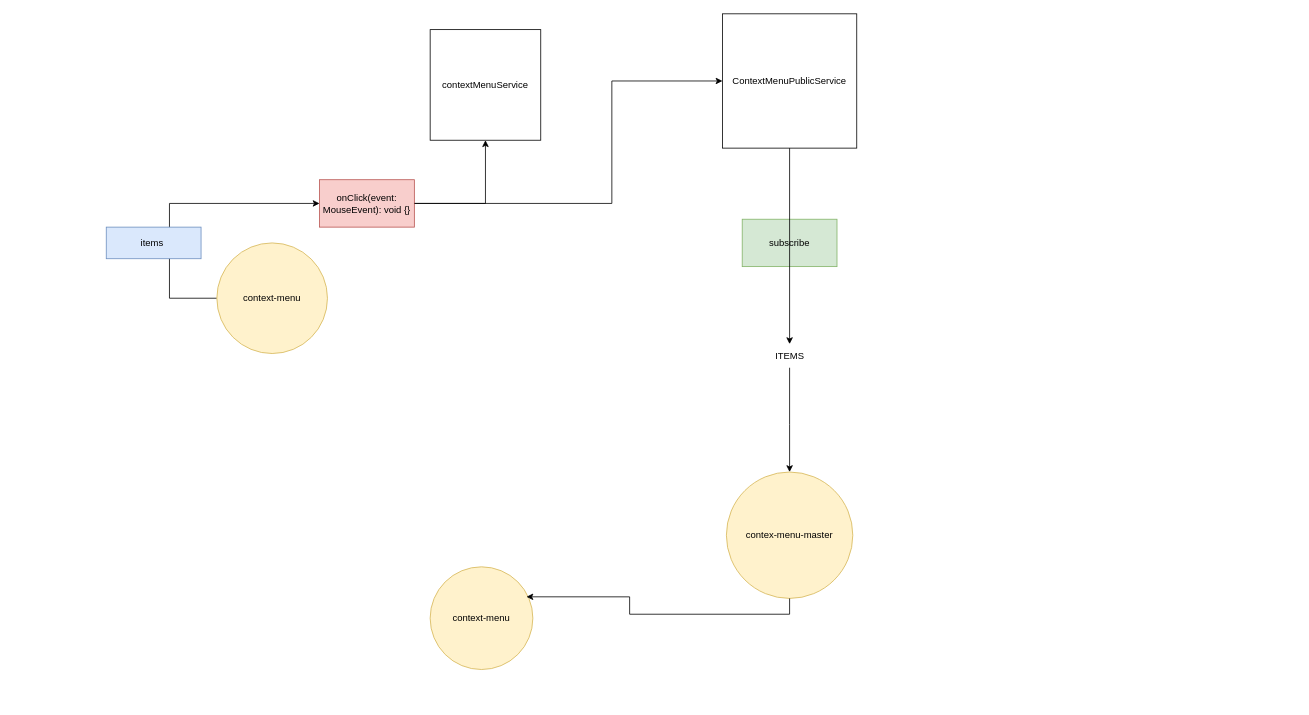
The draw.io diagram 1.drawio in konstantin13-hi/graphics, before the edit. Source tidied: cells renumbered, new cells numbered last; positions are measured from the earlier drawing's top-left corner, leaving out a move shared by most shapes. Both pictures are drawn from the tidied source at 79%, with x=0, y=0 at pixel (106, 13).
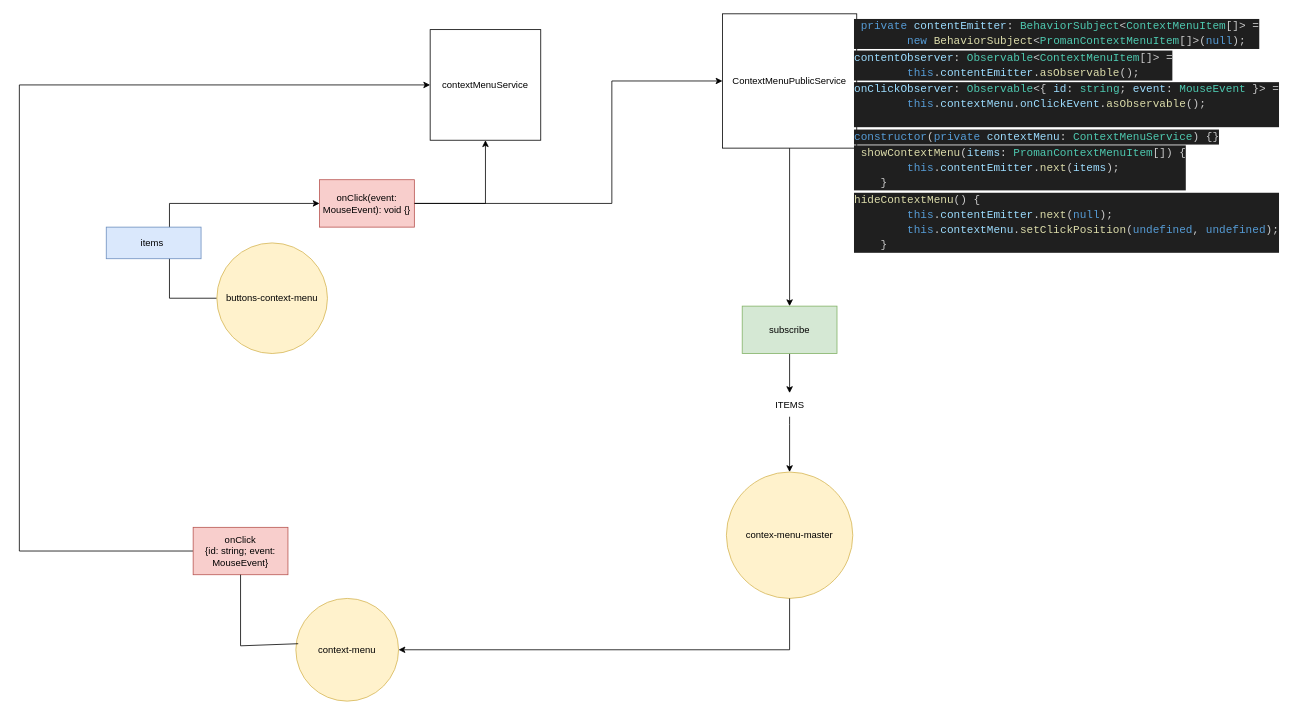
The same diagram, later.

Unchanged cells that the change refers to:
```xml
<mxCell id="2" value="contextMenuService" style="whiteSpace=wrap;html=1;" parent="1" vertex="1">
  <mxGeometry x="410" y="20" width="140" height="140" as="geometry" />
</mxCell>
<mxCell id="4" value="ContextMenuPublicService" style="whiteSpace=wrap;html=1;" parent="1" vertex="1">
  <mxGeometry x="780" width="170" height="170" as="geometry" />
</mxCell>
<mxCell id="5" value="contex-menu-master" style="ellipse;whiteSpace=wrap;html=1;fillColor=#fff2cc;strokeColor=#d6b656;" parent="1" vertex="1">
  <mxGeometry x="785" y="580" width="160" height="160" as="geometry" />
</mxCell>
```

Change to the diagram source:
```diff
@@
+    <mxCell id="17" style="edgeStyle=orthogonalEdgeStyle;rounded=0;jettySize=auto;html=1;entryX=0.5;entryY=0;entryDx=0;entryDy=0;" parent="1" edge="1" source="4" target="12">
+      <mxGeometry relative="1" as="geometry" />
+    </mxCell>
@@
-    <mxCell id="7" value="context-menu" style="ellipse;whiteSpace=wrap;html=1;fillColor=#fff2cc;strokeColor=#d6b656;" parent="1" vertex="1">
+    <mxCell id="7" value="buttons-context-menu" style="ellipse;whiteSpace=wrap;html=1;fillColor=#fff2cc;strokeColor=#d6b656;" parent="1" vertex="1">
       <mxGeometry x="140" y="290" width="140" height="140" as="geometry" />
     </mxCell>
@@
+    <mxCell id="18" style="edgeStyle=orthogonalEdgeStyle;rounded=0;jettySize=auto;html=1;exitX=0.5;exitY=1;exitDx=0;exitDy=0;" parent="1" edge="1" source="12" target="14">
+      <mxGeometry relative="1" as="geometry" />
+    </mxCell>
     <mxCell id="12" value="subscribe" style="rounded=0;whiteSpace=wrap;html=1;fillColor=#d5e8d4;strokeColor=#82b366;" parent="1" vertex="1">
-      <mxGeometry x="805" y="260" width="120" height="60" as="geometry" />
+      <mxGeometry x="805" y="370" width="120" height="60" as="geometry" />
     </mxCell>
-    <mxCell id="13" style="edgeStyle=orthogonalEdgeStyle;rounded=0;jettySize=auto;html=1;entryX=0.5;entryY=0;entryDx=0;entryDy=0;" parent="1" edge="1" source="4" target="14">
-      <mxGeometry relative="1" as="geometry" />
-    </mxCell>
     <mxCell id="14" value="ITEMS" style="text;html=1;align=center;verticalAlign=middle;points=[];strokeColor=none;fillColor=none;" parent="1" vertex="1">
-      <mxGeometry x="835" y="418" width="60" height="30" as="geometry" />
+      <mxGeometry x="835" y="480" width="60" height="30" as="geometry" />
     </mxCell>
     <mxCell id="15" value="context-menu" style="ellipse;whiteSpace=wrap;html=1;fillColor=#fff2cc;strokeColor=#d6b656;" parent="1" vertex="1">
-      <mxGeometry x="410" y="700" width="130" height="130" as="geometry" />
+      <mxGeometry x="240" y="740" width="130" height="130" as="geometry" />
     </mxCell>
-    <mxCell id="16" style="edgeStyle=orthogonalEdgeStyle;rounded=0;jettySize=auto;html=1;entryX=0.938;entryY=0.292;entryDx=0;entryDy=0;entryPerimeter=0;exitX=0.5;exitY=1;exitDx=0;exitDy=0;" parent="1" edge="1" source="5" target="15">
+    <mxCell id="16" style="edgeStyle=orthogonalEdgeStyle;rounded=0;jettySize=auto;html=1;entryX=1;entryY=0.5;entryDx=0;entryDy=0;exitX=0.5;exitY=1;exitDx=0;exitDy=0;" parent="1" edge="1" source="5" target="15">
       <mxGeometry relative="1" as="geometry" />
     </mxCell>
+    <mxCell id="19" value="&lt;div style=&quot;color: #cccccc;background-color: #1f1f1f;font-family: Consolas, 'Courier New', monospace;font-weight: normal;font-size: 14px;line-height: 19px;white-space: pre;&quot;&gt;&lt;div&gt;&lt;span style=&quot;color: #9cdcfe;&quot;&gt;contentObserver&lt;/span&gt;&lt;span style=&quot;color: #d4d4d4;&quot;&gt;:&lt;/span&gt;&lt;span style=&quot;color: #cccccc;&quot;&gt; &lt;/span&gt;&lt;span style=&quot;color: #4ec9b0;&quot;&gt;Observable&lt;/span&gt;&lt;span style=&quot;color: #cccccc;&quot;&gt;&amp;lt;&lt;/span&gt;&lt;span style=&quot;color: #4ec9b0;&quot;&gt;ContextMenuItem&lt;/span&gt;&lt;span style=&quot;color: #cccccc;&quot;&gt;[]&amp;gt; &lt;/span&gt;&lt;span style=&quot;color: #d4d4d4;&quot;&gt;=&lt;/span&gt;&lt;/div&gt;&lt;div&gt;&lt;span style=&quot;color: #cccccc;&quot;&gt;&amp;nbsp; &amp;nbsp; &amp;nbsp; &amp;nbsp; &lt;/span&gt;&lt;span style=&quot;color: #569cd6;&quot;&gt;this&lt;/span&gt;&lt;span style=&quot;color: #cccccc;&quot;&gt;.&lt;/span&gt;&lt;span style=&quot;color: #9cdcfe;&quot;&gt;contentEmitter&lt;/span&gt;&lt;span style=&quot;color: #cccccc;&quot;&gt;.&lt;/span&gt;&lt;span style=&quot;color: #dcdcaa;&quot;&gt;asObservable&lt;/span&gt;&lt;span style=&quot;color: #cccccc;&quot;&gt;();&lt;/span&gt;&lt;/div&gt;&lt;/div&gt;" style="text;whiteSpace=wrap;html=1;" parent="1" vertex="1">
+      <mxGeometry x="945" y="40" width="450" height="60" as="geometry" />
+    </mxCell>
+    <mxCell id="20" value="&lt;div style=&quot;color: #cccccc;background-color: #1f1f1f;font-family: Consolas, 'Courier New', monospace;font-weight: normal;font-size: 14px;line-height: 19px;white-space: pre;&quot;&gt;&lt;div&gt;&lt;span style=&quot;color: #cccccc;&quot;&gt;&amp;nbsp;&lt;/span&gt;&lt;span style=&quot;color: #569cd6;&quot;&gt;private&lt;/span&gt;&lt;span style=&quot;color: #cccccc;&quot;&gt; &lt;/span&gt;&lt;span style=&quot;color: #9cdcfe;&quot;&gt;contentEmitter&lt;/span&gt;&lt;span style=&quot;color: #d4d4d4;&quot;&gt;:&lt;/span&gt;&lt;span style=&quot;color: #cccccc;&quot;&gt; &lt;/span&gt;&lt;span style=&quot;color: #4ec9b0;&quot;&gt;BehaviorSubject&lt;/span&gt;&lt;span style=&quot;color: #cccccc;&quot;&gt;&amp;lt;&lt;/span&gt;&lt;span style=&quot;color: #4ec9b0;&quot;&gt;ContextMenuItem&lt;/span&gt;&lt;span style=&quot;color: #cccccc;&quot;&gt;[]&amp;gt; &lt;/span&gt;&lt;span style=&quot;color: #d4d4d4;&quot;&gt;=&lt;/span&gt;&lt;/div&gt;&lt;div&gt;&lt;span style=&quot;color: #cccccc;&quot;&gt;&amp;nbsp; &amp;nbsp; &amp;nbsp; &amp;nbsp; &lt;/span&gt;&lt;span style=&quot;color: #569cd6;&quot;&gt;new&lt;/span&gt;&lt;span style=&quot;color: #cccccc;&quot;&gt; &lt;/span&gt;&lt;span style=&quot;color: #dcdcaa;&quot;&gt;BehaviorSubject&lt;/span&gt;&lt;span style=&quot;color: #cccccc;&quot;&gt;&amp;lt;&lt;/span&gt;&lt;span style=&quot;color: #4ec9b0;&quot;&gt;PromanContextMenuItem&lt;/span&gt;&lt;span style=&quot;color: #cccccc;&quot;&gt;[]&amp;gt;(&lt;/span&gt;&lt;span style=&quot;color: #569cd6;&quot;&gt;null&lt;/span&gt;&lt;span style=&quot;color: #cccccc;&quot;&gt;);&lt;/span&gt;&lt;/div&gt;&lt;/div&gt;" style="text;whiteSpace=wrap;html=1;" parent="1" vertex="1">
+      <mxGeometry x="945" width="560" height="60" as="geometry" />
+    </mxCell>
+    <mxCell id="21" value="&lt;div style=&quot;color: #cccccc;background-color: #1f1f1f;font-family: Consolas, 'Courier New', monospace;font-weight: normal;font-size: 14px;line-height: 19px;white-space: pre;&quot;&gt;&lt;div&gt;&lt;span style=&quot;color: #9cdcfe;&quot;&gt;onClickObserver&lt;/span&gt;&lt;span style=&quot;color: #d4d4d4;&quot;&gt;:&lt;/span&gt;&lt;span style=&quot;color: #cccccc;&quot;&gt; &lt;/span&gt;&lt;span style=&quot;color: #4ec9b0;&quot;&gt;Observable&lt;/span&gt;&lt;span style=&quot;color: #cccccc;&quot;&gt;&amp;lt;{ &lt;/span&gt;&lt;span style=&quot;color: #9cdcfe;&quot;&gt;id&lt;/span&gt;&lt;span style=&quot;color: #d4d4d4;&quot;&gt;:&lt;/span&gt;&lt;span style=&quot;color: #cccccc;&quot;&gt; &lt;/span&gt;&lt;span style=&quot;color: #4ec9b0;&quot;&gt;string&lt;/span&gt;&lt;span style=&quot;color: #cccccc;&quot;&gt;; &lt;/span&gt;&lt;span style=&quot;color: #9cdcfe;&quot;&gt;event&lt;/span&gt;&lt;span style=&quot;color: #d4d4d4;&quot;&gt;:&lt;/span&gt;&lt;span style=&quot;color: #cccccc;&quot;&gt; &lt;/span&gt;&lt;span style=&quot;color: #4ec9b0;&quot;&gt;MouseEvent&lt;/span&gt;&lt;span style=&quot;color: #cccccc;&quot;&gt; }&amp;gt; &lt;/span&gt;&lt;span style=&quot;color: #d4d4d4;&quot;&gt;=&lt;/span&gt;&lt;/div&gt;&lt;div&gt;&lt;span style=&quot;color: #cccccc;&quot;&gt;&amp;nbsp; &amp;nbsp; &amp;nbsp; &amp;nbsp; &lt;/span&gt;&lt;span style=&quot;color: #569cd6;&quot;&gt;this&lt;/span&gt;&lt;span style=&quot;color: #cccccc;&quot;&gt;.&lt;/span&gt;&lt;span style=&quot;color: #9cdcfe;&quot;&gt;contextMenu&lt;/span&gt;&lt;span style=&quot;color: #cccccc;&quot;&gt;.&lt;/span&gt;&lt;span style=&quot;color: #9cdcfe;&quot;&gt;onClickEvent&lt;/span&gt;&lt;span style=&quot;color: #cccccc;&quot;&gt;.&lt;/span&gt;&lt;span style=&quot;color: #dcdcaa;&quot;&gt;asObservable&lt;/span&gt;&lt;span style=&quot;color: #cccccc;&quot;&gt;();&lt;/span&gt;&lt;/div&gt;&lt;br&gt;&lt;/div&gt;" style="text;whiteSpace=wrap;html=1;" parent="1" vertex="1">
+      <mxGeometry x="945" y="80" width="530" height="80" as="geometry" />
+    </mxCell>
+    <mxCell id="22" value="&lt;div style=&quot;color: #cccccc;background-color: #1f1f1f;font-family: Consolas, 'Courier New', monospace;font-weight: normal;font-size: 14px;line-height: 19px;white-space: pre;&quot;&gt;&lt;div&gt;&lt;span style=&quot;color: #569cd6;&quot;&gt;constructor&lt;/span&gt;&lt;span style=&quot;color: #cccccc;&quot;&gt;(&lt;/span&gt;&lt;span style=&quot;color: #569cd6;&quot;&gt;private&lt;/span&gt;&lt;span style=&quot;color: #cccccc;&quot;&gt; &lt;/span&gt;&lt;span style=&quot;color: #9cdcfe;&quot;&gt;contextMenu&lt;/span&gt;&lt;span style=&quot;color: #d4d4d4;&quot;&gt;:&lt;/span&gt;&lt;span style=&quot;color: #cccccc;&quot;&gt; &lt;/span&gt;&lt;span style=&quot;color: #4ec9b0;&quot;&gt;ContextMenuService&lt;/span&gt;&lt;span style=&quot;color: #cccccc;&quot;&gt;) {}&lt;/span&gt;&lt;/div&gt;&lt;/div&gt;" style="text;whiteSpace=wrap;html=1;" parent="1" vertex="1">
+      <mxGeometry x="945" y="140" width="460" height="40" as="geometry" />
+    </mxCell>
+    <mxCell id="23" value="&lt;div style=&quot;color: #cccccc;background-color: #1f1f1f;font-family: Consolas, 'Courier New', monospace;font-weight: normal;font-size: 14px;line-height: 19px;white-space: pre;&quot;&gt;&lt;div&gt;&lt;span style=&quot;color: #cccccc;&quot;&gt;&amp;nbsp;&lt;/span&gt;&lt;span style=&quot;color: #dcdcaa;&quot;&gt;showContextMenu&lt;/span&gt;&lt;span style=&quot;color: #cccccc;&quot;&gt;(&lt;/span&gt;&lt;span style=&quot;color: #9cdcfe;&quot;&gt;items&lt;/span&gt;&lt;span style=&quot;color: #d4d4d4;&quot;&gt;:&lt;/span&gt;&lt;span style=&quot;color: #cccccc;&quot;&gt; &lt;/span&gt;&lt;span style=&quot;color: #4ec9b0;&quot;&gt;PromanContextMenuItem&lt;/span&gt;&lt;span style=&quot;color: #cccccc;&quot;&gt;[]) {&lt;/span&gt;&lt;/div&gt;&lt;div&gt;&lt;span style=&quot;color: #cccccc;&quot;&gt;&amp;nbsp; &amp;nbsp; &amp;nbsp; &amp;nbsp; &lt;/span&gt;&lt;span style=&quot;color: #569cd6;&quot;&gt;this&lt;/span&gt;&lt;span style=&quot;color: #cccccc;&quot;&gt;.&lt;/span&gt;&lt;span style=&quot;color: #9cdcfe;&quot;&gt;contentEmitter&lt;/span&gt;&lt;span style=&quot;color: #cccccc;&quot;&gt;.&lt;/span&gt;&lt;span style=&quot;color: #dcdcaa;&quot;&gt;next&lt;/span&gt;&lt;span style=&quot;color: #cccccc;&quot;&gt;(&lt;/span&gt;&lt;span style=&quot;color: #9cdcfe;&quot;&gt;items&lt;/span&gt;&lt;span style=&quot;color: #cccccc;&quot;&gt;);&lt;/span&gt;&lt;/div&gt;&lt;div&gt;&lt;span style=&quot;color: #cccccc;&quot;&gt;&amp;nbsp; &amp;nbsp; }&lt;/span&gt;&lt;/div&gt;&lt;/div&gt;" style="text;whiteSpace=wrap;html=1;" parent="1" vertex="1">
+      <mxGeometry x="945" y="160" width="420" height="80" as="geometry" />
+    </mxCell>
+    <mxCell id="24" value="&lt;div style=&quot;color: #cccccc;background-color: #1f1f1f;font-family: Consolas, 'Courier New', monospace;font-weight: normal;font-size: 14px;line-height: 19px;white-space: pre;&quot;&gt;&lt;div&gt;&lt;span style=&quot;color: #dcdcaa;&quot;&gt;hideContextMenu&lt;/span&gt;&lt;span style=&quot;color: #cccccc;&quot;&gt;() {&lt;/span&gt;&lt;/div&gt;&lt;div&gt;&lt;span style=&quot;color: #cccccc;&quot;&gt;&amp;nbsp; &amp;nbsp; &amp;nbsp; &amp;nbsp; &lt;/span&gt;&lt;span style=&quot;color: #569cd6;&quot;&gt;this&lt;/span&gt;&lt;span style=&quot;color: #cccccc;&quot;&gt;.&lt;/span&gt;&lt;span style=&quot;color: #9cdcfe;&quot;&gt;contentEmitter&lt;/span&gt;&lt;span style=&quot;color: #cccccc;&quot;&gt;.&lt;/span&gt;&lt;span style=&quot;color: #dcdcaa;&quot;&gt;next&lt;/span&gt;&lt;span style=&quot;color: #cccccc;&quot;&gt;(&lt;/span&gt;&lt;span style=&quot;color: #569cd6;&quot;&gt;null&lt;/span&gt;&lt;span style=&quot;color: #cccccc;&quot;&gt;);&lt;/span&gt;&lt;/div&gt;&lt;div&gt;&lt;span style=&quot;color: #cccccc;&quot;&gt;&amp;nbsp; &amp;nbsp; &amp;nbsp; &amp;nbsp; &lt;/span&gt;&lt;span style=&quot;color: #569cd6;&quot;&gt;this&lt;/span&gt;&lt;span style=&quot;color: #cccccc;&quot;&gt;.&lt;/span&gt;&lt;span style=&quot;color: #9cdcfe;&quot;&gt;contextMenu&lt;/span&gt;&lt;span style=&quot;color: #cccccc;&quot;&gt;.&lt;/span&gt;&lt;span style=&quot;color: #dcdcaa;&quot;&gt;setClickPosition&lt;/span&gt;&lt;span style=&quot;color: #cccccc;&quot;&gt;(&lt;/span&gt;&lt;span style=&quot;color: #569cd6;&quot;&gt;undefined&lt;/span&gt;&lt;span style=&quot;color: #cccccc;&quot;&gt;, &lt;/span&gt;&lt;span style=&quot;color: #569cd6;&quot;&gt;undefined&lt;/span&gt;&lt;span style=&quot;color: #cccccc;&quot;&gt;);&lt;/span&gt;&lt;/div&gt;&lt;div&gt;&lt;span style=&quot;color: #cccccc;&quot;&gt;&amp;nbsp; &amp;nbsp; }&lt;/span&gt;&lt;/div&gt;&lt;/div&gt;" style="text;whiteSpace=wrap;html=1;" parent="1" vertex="1">
+      <mxGeometry x="945" y="220" width="530" height="100" as="geometry" />
+    </mxCell>
+    <mxCell id="25" style="edgeStyle=orthogonalEdgeStyle;rounded=0;jettySize=auto;html=1;entryX=0;entryY=0.5;entryDx=0;entryDy=0;exitX=0;exitY=0.5;exitDx=0;exitDy=0;" parent="1" edge="1" source="26" target="2">
+      <mxGeometry relative="1" as="geometry">
+        <Array as="points">
+          <mxPoint x="-110" y="680" />
+          <mxPoint x="-110" y="90" />
+        </Array>
+      </mxGeometry>
+    </mxCell>
+    <mxCell id="26" value="onClick&lt;div&gt;{id: string; event: MouseEvent}&lt;/div&gt;" style="rounded=0;whiteSpace=wrap;html=1;fillColor=#f8cecc;strokeColor=#b85450;" parent="1" vertex="1">
+      <mxGeometry x="110" y="650" width="120" height="60" as="geometry" />
+    </mxCell>
+    <mxCell id="27" style="endArrow=none;html=1;rounded=0;entryX=0.023;entryY=0.441;entryDx=0;entryDy=0;entryPerimeter=0;" parent="1" edge="1" source="26" target="15">
+      <mxGeometry relative="1" as="geometry">
+        <Array as="points">
+          <mxPoint x="170" y="800" />
+        </Array>
+      </mxGeometry>
+    </mxCell>
```
